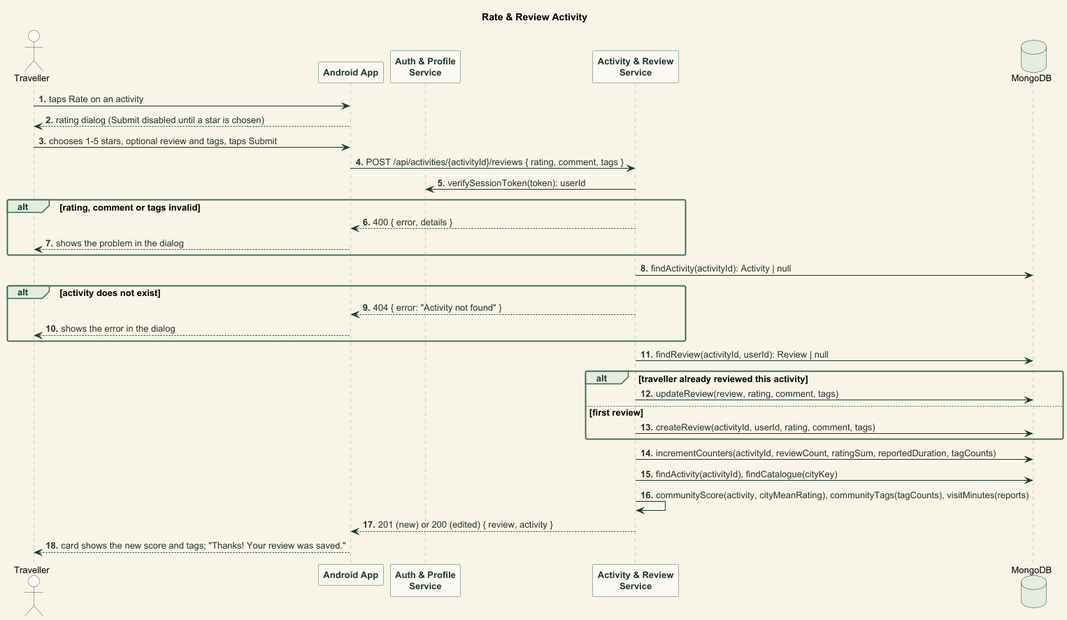
abhiverma13/TimeTravel keeps this PlantUML diagram as documentation/images/seq_rate_review_activity.png. Above is the earlier version.
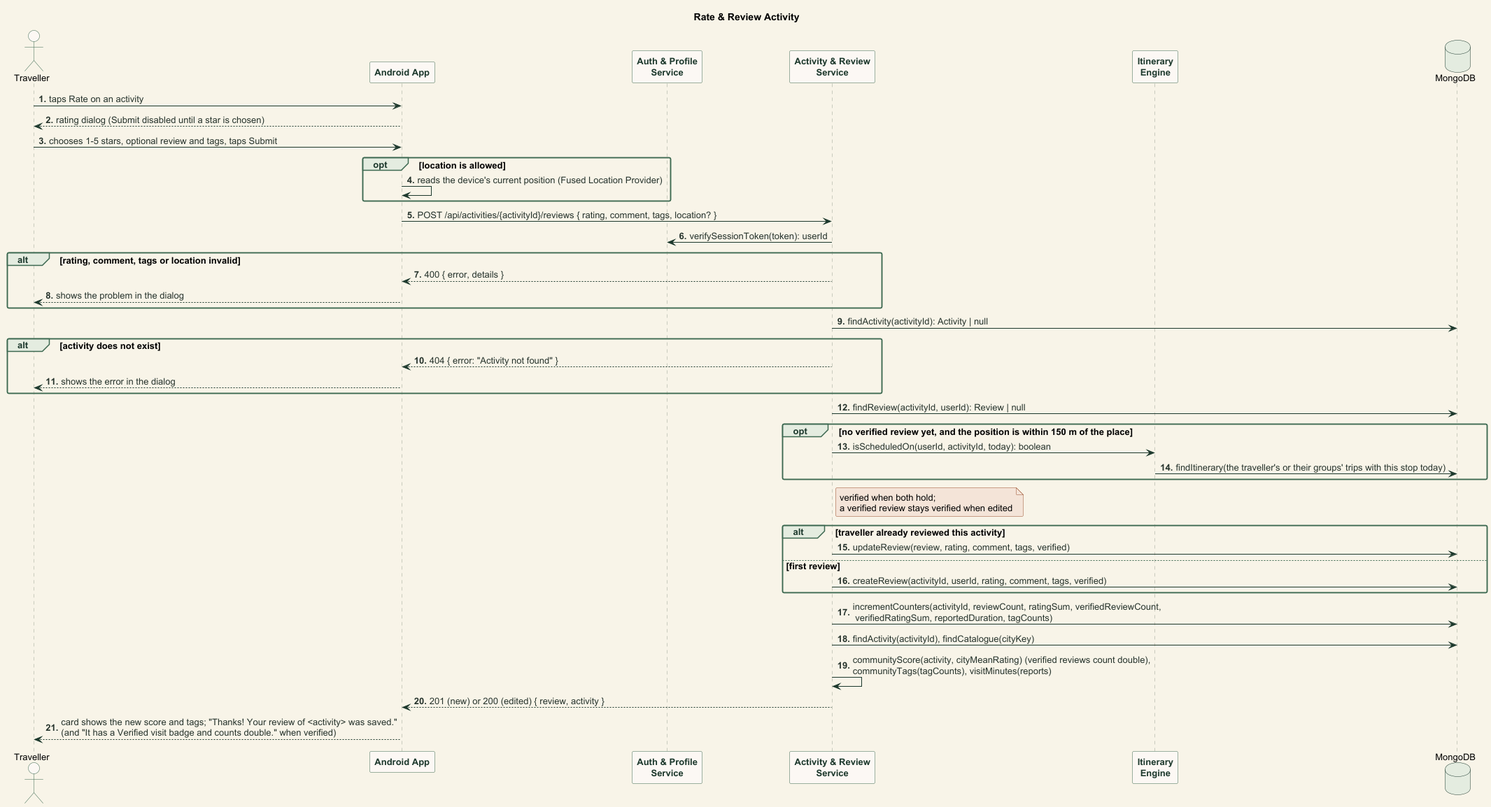
The same diagram one commit later.

What changed in the source:
```diff
@@ -6,14 +6,18 @@
 participant "Android App" as App
 participant "Auth & Profile\nService" as Auth
 participant "Activity & Review\nService" as Activities
+participant "Itinerary\nEngine" as Engine
 database MongoDB
 
 Traveller -> App : taps Rate on an activity
 App --> Traveller : rating dialog (Submit disabled until a star is chosen)
 Traveller -> App : chooses 1-5 stars, optional review and tags, taps Submit
-App -> Activities : POST /api/activities/{activityId}/reviews { rating, comment, tags }
+opt location is allowed
+  App -> App : reads the device's current position (Fused Location Provider)
+end
+App -> Activities : POST /api/activities/{activityId}/reviews { rating, comment, tags, location? }
 Activities -> Auth : verifySessionToken(token): userId
-alt rating, comment or tags invalid
+alt rating, comment, tags or location invalid
   Activities --> App : 400 { error, details }
   App --> Traveller : shows the problem in the dialog
 end
@@ -23,14 +27,19 @@
   App --> Traveller : shows the error in the dialog
 end
 Activities -> MongoDB : findReview(activityId, userId): Review | null
+opt no verified review yet, and the position is within 150 m of the place
+  Activities -> Engine : isScheduledOn(userId, activityId, today): boolean
+  Engine -> MongoDB : findItinerary(the traveller's or their groups' trips with this stop today)
+end
+note right of Activities : verified when both hold;\na verified review stays verified when edited
 alt traveller already reviewed this activity
-  Activities -> MongoDB : updateReview(review, rating, comment, tags)
+  Activities -> MongoDB : updateReview(review, rating, comment, tags, verified)
 else first review
-  Activities -> MongoDB : createReview(activityId, userId, rating, comment, tags)
+  Activities -> MongoDB : createReview(activityId, userId, rating, comment, tags, verified)
 end
-Activities -> MongoDB : incrementCounters(activityId, reviewCount, ratingSum, reportedDuration, tagCounts)
+Activities -> MongoDB : incrementCounters(activityId, reviewCount, ratingSum, verifiedReviewCount,\n verifiedRatingSum, reportedDuration, tagCounts)
 Activities -> MongoDB : findActivity(activityId), findCatalogue(cityKey)
-Activities -> Activities : communityScore(activity, cityMeanRating), communityTags(tagCounts), visitMinutes(reports)
+Activities -> Activities : communityScore(activity, cityMeanRating) (verified reviews count double),\ncommunityTags(tagCounts), visitMinutes(reports)
 Activities --> App : 201 (new) or 200 (edited) { review, activity }
-App --> Traveller : card shows the new score and tags; "Thanks! Your review was saved."
+App --> Traveller : card shows the new score and tags; "Thanks! Your review of <activity> was saved."\n(and "It has a Verified visit badge and counts double." when verified)
 @enduml
```
